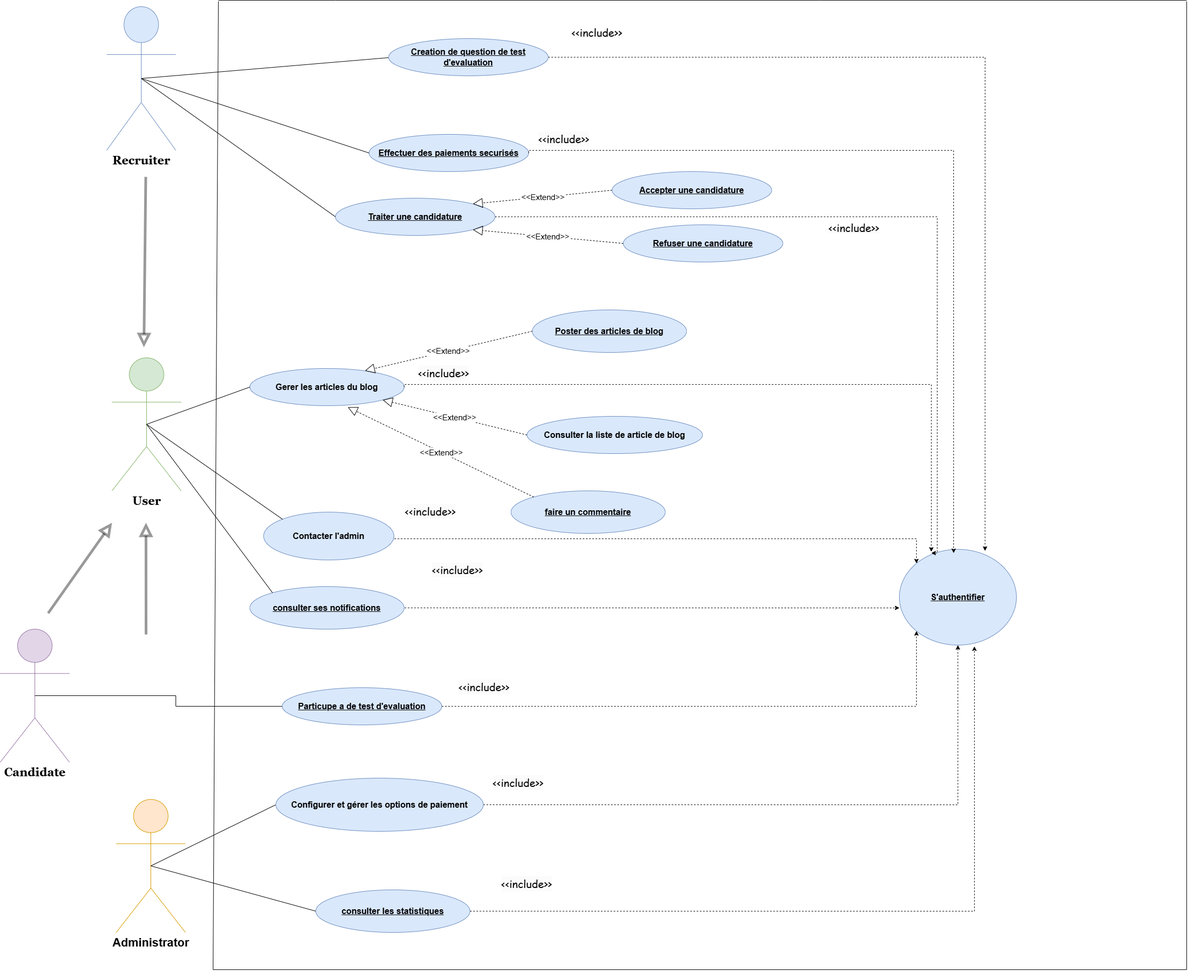
The draw.io diagram Diagramme cas utilisation sprint3.drawio.png in chirine1/-project, before a commit. Source tidied: cells renumbered, new cells last; positions are measured from the earlier drawing's top-left corner, leaving out a move shared by most shapes.
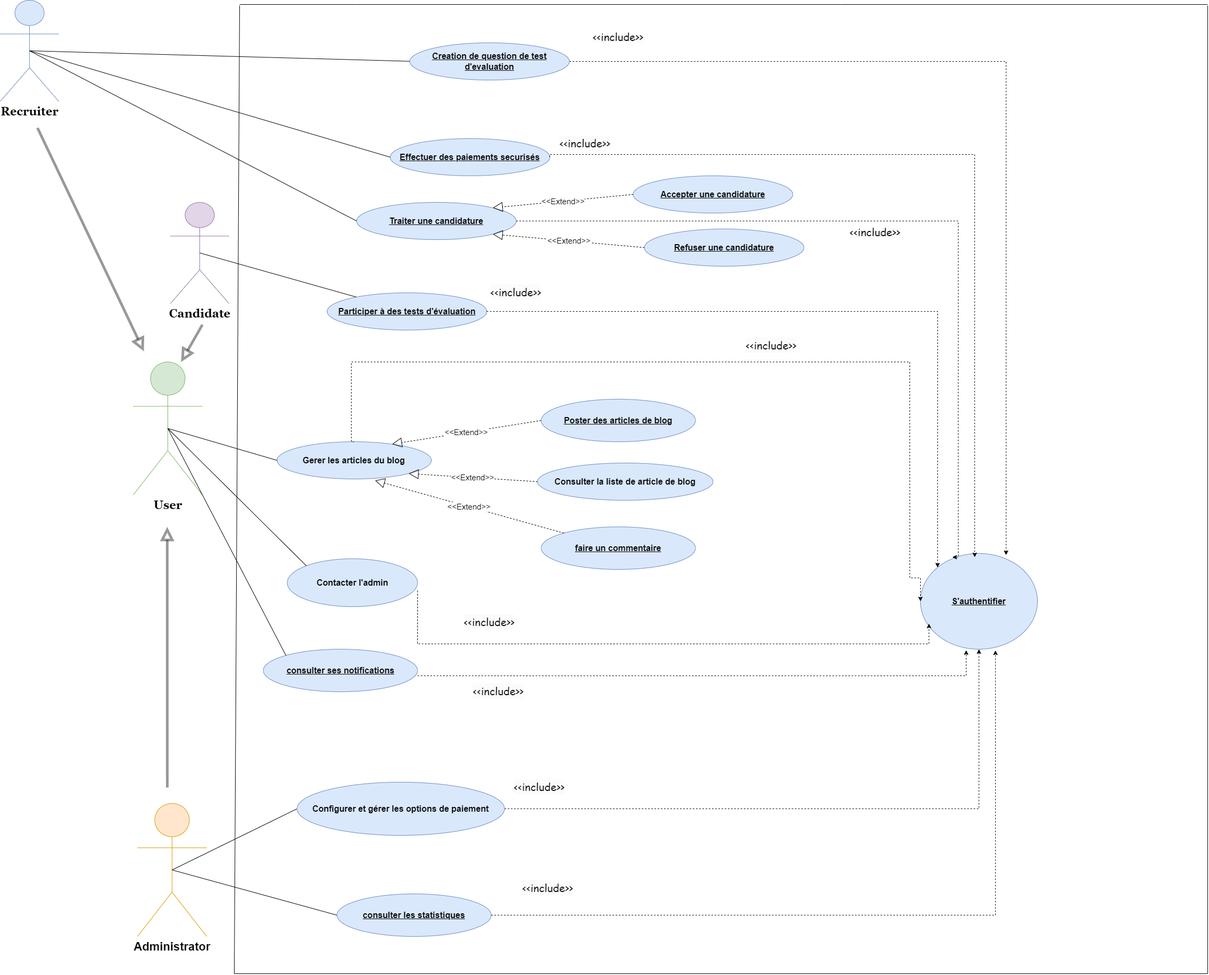
The same file after the commit.

Commit message:
Mettre à jour Diagramme cas utilisation sprint3.drawio.png

Change to the diagram source:
```diff
@@ -22,10 +22,10 @@
       <mxGeometry x="210" y="672" width="130" height="250" as="geometry" />
     </mxCell>
     <mxCell id="5" value="&lt;b style=&quot;font-family: Georgia; font-size: 22px;&quot;&gt;Recruiter&lt;/b&gt;" style="shape=umlActor;verticalLabelPosition=bottom;verticalAlign=top;html=1;outlineConnect=0;fillColor=#dae8fc;strokeColor=#6c8ebf;" parent="1" vertex="1">
-      <mxGeometry x="200" y="12" width="130" height="270" as="geometry" />
+      <mxGeometry x="-40" y="-8" width="110" height="190" as="geometry" />
     </mxCell>
     <mxCell id="6" value="&lt;span style=&quot;font-size: 16px;&quot;&gt;&lt;b&gt;Gerer les articles du blog&lt;/b&gt;&lt;/span&gt;" style="ellipse;whiteSpace=wrap;html=1;align=center;fillColor=#dae8fc;strokeColor=#6c8ebf;" parent="1" vertex="1">
-      <mxGeometry x="469.1" y="692" width="290" height="70" as="geometry" />
+      <mxGeometry x="480.4" y="822" width="290" height="70" as="geometry" />
     </mxCell>
     <mxCell id="7" value="&lt;b&gt;&lt;font face=&quot;Helvetica&quot; style=&quot;font-size: 16px;&quot;&gt;S'authentifier&lt;/font&gt;&lt;/b&gt;" style="ellipse;whiteSpace=wrap;html=1;align=center;fontStyle=4;fillColor=#dae8fc;strokeColor=#6c8ebf;" parent="1" vertex="1">
       <mxGeometry x="1690" y="1032" width="220" height="180" as="geometry" />
@@ -45,15 +45,6 @@
     <mxCell id="10" value="&lt;span style=&quot;font-size: 22px;&quot;&gt;&lt;b&gt;Administrator&lt;/b&gt;&lt;/span&gt;" style="shape=umlActor;verticalLabelPosition=bottom;verticalAlign=top;html=1;outlineConnect=0;fillColor=#ffe6cc;strokeColor=#d79b00;" parent="1" vertex="1">
       <mxGeometry x="218" y="1502" width="130" height="250" as="geometry" />
     </mxCell>
-    <mxCell id="11" style="edgeStyle=orthogonalEdgeStyle;rounded=0;jettySize=auto;html=1;exitX=1;exitY=0.5;exitDx=0;exitDy=0;entryX=0.264;entryY=0.025;entryDx=0;entryDy=0;dashed=1;entryPerimeter=0;" parent="1" edge="1" source="6" target="7">
-      <mxGeometry relative="1" as="geometry">
-        <Array as="points">
-          <mxPoint x="759" y="722" />
-          <mxPoint x="1750" y="722" />
-          <mxPoint x="1750" y="1037" />
-        </Array>
-      </mxGeometry>
-    </mxCell>
     <mxCell id="12" style="edgeStyle=orthogonalEdgeStyle;rounded=0;orthogonalLoop=1;jettySize=auto;html=1;exitX=0.5;exitY=1;exitDx=0;exitDy=0;" parent="1" edge="1">
       <mxGeometry relative="1" as="geometry">
         <mxPoint x="878" y="1252" as="sourcePoint" />
@@ -61,32 +52,24 @@
       </mxGeometry>
     </mxCell>
     <mxCell id="13" value="&lt;font face=&quot;Georgia&quot;&gt;&lt;span style=&quot;font-size: 22px;&quot;&gt;&lt;b&gt;Candidate&lt;/b&gt;&lt;/span&gt;&lt;/font&gt;" style="shape=umlActor;verticalLabelPosition=bottom;verticalAlign=top;html=1;outlineConnect=0;fillColor=#e1d5e7;strokeColor=#9673a6;" parent="1" vertex="1">
-      <mxGeometry y="1182" width="130" height="250" as="geometry" />
+      <mxGeometry x="280" y="372" width="110" height="190" as="geometry" />
     </mxCell>
     <mxCell id="14" value="&lt;span style=&quot;color: rgb(0, 0, 0); font-family: &amp;quot;Comic Sans MS&amp;quot;; font-size: 20px; font-style: normal; font-variant-ligatures: normal; font-variant-caps: normal; font-weight: 400; letter-spacing: normal; orphans: 2; text-align: center; text-indent: 0px; text-transform: none; widows: 2; word-spacing: 0px; -webkit-text-stroke-width: 0px; background-color: rgb(251, 251, 251); text-decoration-thickness: initial; text-decoration-style: initial; text-decoration-color: initial; float: none; display: inline !important;&quot;&gt;&amp;lt;&amp;lt;include&amp;gt;&amp;gt;&lt;/span&gt;" style="text;whiteSpace=wrap;html=1;" parent="1" vertex="1">
-      <mxGeometry x="784.1" y="682" width="130" height="50" as="geometry" />
+      <mxGeometry x="880" y="522" width="130" height="50" as="geometry" />
     </mxCell>
     <mxCell id="15" value="&lt;b style=&quot;font-size: 16px;&quot;&gt;Effectuer des paiements securisés&lt;/b&gt;" style="ellipse;whiteSpace=wrap;html=1;align=center;fontStyle=4;fillColor=#dae8fc;strokeColor=#6c8ebf;" parent="1" vertex="1">
       <mxGeometry x="693.1" y="252" width="300" height="70" as="geometry" />
     </mxCell>
-    <mxCell id="16" style="edgeStyle=orthogonalEdgeStyle;rounded=0;jettySize=auto;html=1;exitX=1;exitY=0.5;exitDx=0;exitDy=0;entryX=0;entryY=0;entryDx=0;entryDy=0;dashed=1;" parent="1" edge="1" source="17" target="7">
-      <mxGeometry relative="1" as="geometry">
-        <Array as="points">
-          <mxPoint x="740" y="1012" />
-          <mxPoint x="1722" y="1012" />
-        </Array>
-      </mxGeometry>
-    </mxCell>
     <mxCell id="17" value="&lt;div&gt;&lt;span style=&quot;font-size: 16px;&quot;&gt;&lt;b&gt;Contacter l'admin&lt;/b&gt;&lt;/span&gt;&lt;/div&gt;" style="ellipse;whiteSpace=wrap;html=1;fillColor=#dae8fc;strokeColor=#6c8ebf;" parent="1" vertex="1">
-      <mxGeometry x="495" y="962" width="245" height="90" as="geometry" />
+      <mxGeometry x="499.6" y="1042" width="245" height="90" as="geometry" />
     </mxCell>
     <mxCell id="18" value="&lt;span style=&quot;font-size: 16px;&quot;&gt;&lt;b&gt;Consulter la liste de article de blog&lt;/b&gt;&lt;/span&gt;" style="ellipse;whiteSpace=wrap;html=1;fillColor=#dae8fc;strokeColor=#6c8ebf;" parent="1" vertex="1">
-      <mxGeometry x="990" y="782" width="330" height="70" as="geometry" />
+      <mxGeometry x="970" y="862" width="330" height="70" as="geometry" />
     </mxCell>
     <mxCell id="19" style="edgeStyle=orthogonalEdgeStyle;rounded=0;orthogonalLoop=1;jettySize=auto;html=1;exitX=0.5;exitY=1;exitDx=0;exitDy=0;" parent="1" edge="1">
       <mxGeometry relative="1" as="geometry">
-        <mxPoint x="934.1" y="1052" as="sourcePoint" />
-        <mxPoint x="934.1" y="1052" as="targetPoint" />
+        <mxPoint x="919.6" y="1282" as="sourcePoint" />
+        <mxPoint x="919.6" y="1282" as="targetPoint" />
       </mxGeometry>
     </mxCell>
     <mxCell id="20" style="endArrow=none;html=1;rounded=0;exitX=0.5;exitY=0.5;exitDx=0;exitDy=0;exitPerimeter=0;entryX=0;entryY=0.5;entryDx=0;entryDy=0;" parent="1" edge="1" source="5">
@@ -102,13 +85,13 @@
     </mxCell>
     <mxCell id="23" style="endArrow=block;html=1;rounded=0;endFill=0;strokeWidth=5;opacity=40;sourcePerimeterSpacing=0;targetPerimeterSpacing=0;jumpSize=6;strokeColor=default;curved=0;endSize=14;startSize=14;" parent="1" edge="1">
       <mxGeometry relative="1" as="geometry">
-        <mxPoint x="273.5" y="332" as="sourcePoint" />
-        <mxPoint x="270" y="652" as="targetPoint" />
+        <mxPoint x="30" y="232" as="sourcePoint" />
+        <mxPoint x="230" y="652" as="targetPoint" />
       </mxGeometry>
     </mxCell>
     <mxCell id="24" style="endArrow=block;html=1;rounded=0;endFill=0;strokeWidth=5;opacity=40;sourcePerimeterSpacing=0;targetPerimeterSpacing=0;jumpSize=6;strokeColor=default;curved=0;endSize=14;startSize=14;" parent="1" edge="1">
       <mxGeometry relative="1" as="geometry">
-        <mxPoint x="274" y="1192" as="sourcePoint" />
+        <mxPoint x="274" y="1472" as="sourcePoint" />
         <mxPoint x="273.9" y="982" as="targetPoint" />
       </mxGeometry>
     </mxCell>
@@ -119,7 +102,7 @@
       <mxGeometry x="1010" y="242" width="130" height="50" as="geometry" />
     </mxCell>
     <mxCell id="27" value="&lt;b style=&quot;font-size: 16px;&quot;&gt;Poster des articles de blog&lt;/b&gt;" style="ellipse;whiteSpace=wrap;html=1;align=center;fontStyle=4;fillColor=#dae8fc;strokeColor=#6c8ebf;" parent="1" vertex="1">
-      <mxGeometry x="1000" y="582" width="290" height="80" as="geometry" />
+      <mxGeometry x="977" y="742" width="290" height="80" as="geometry" />
     </mxCell>
     <mxCell id="28" value="&lt;font style=&quot;font-size: 15px;&quot;&gt;&amp;lt;&amp;lt;Extend&amp;gt;&amp;gt;&lt;/font&gt;" style="endArrow=block;endSize=16;endFill=0;html=1;rounded=0;entryX=0.746;entryY=0.062;entryDx=0;entryDy=0;exitX=0;exitY=0.5;exitDx=0;exitDy=0;entryPerimeter=0;dashed=1;" parent="1" edge="1" source="27" target="6">
       <mxGeometry relative="1" as="geometry" />
@@ -142,7 +125,7 @@
       <mxGeometry x="518" y="1462" width="390" height="100" as="geometry" />
     </mxCell>
     <mxCell id="33" value="&lt;span style=&quot;color: rgb(0, 0, 0); font-family: &amp;quot;Comic Sans MS&amp;quot;; font-size: 20px; font-style: normal; font-variant-ligatures: normal; font-variant-caps: normal; font-weight: 400; letter-spacing: normal; orphans: 2; text-align: center; text-indent: 0px; text-transform: none; widows: 2; word-spacing: 0px; -webkit-text-stroke-width: 0px; background-color: rgb(251, 251, 251); text-decoration-thickness: initial; text-decoration-style: initial; text-decoration-color: initial; float: none; display: inline !important;&quot;&gt;&amp;lt;&amp;lt;include&amp;gt;&amp;gt;&lt;/span&gt;" style="text;whiteSpace=wrap;html=1;" parent="1" vertex="1">
-      <mxGeometry x="759.1" y="942" width="130" height="50" as="geometry" />
+      <mxGeometry x="830" y="1142" width="130" height="50" as="geometry" />
     </mxCell>
     <mxCell id="34" value="&lt;span style=&quot;color: rgb(0, 0, 0); font-family: &amp;quot;Comic Sans MS&amp;quot;; font-size: 20px; font-style: normal; font-variant-ligatures: normal; font-variant-caps: normal; font-weight: 400; letter-spacing: normal; orphans: 2; text-align: center; text-indent: 0px; text-transform: none; widows: 2; word-spacing: 0px; -webkit-text-stroke-width: 0px; background-color: rgb(251, 251, 251); text-decoration-thickness: initial; text-decoration-style: initial; text-decoration-color: initial; float: none; display: inline !important;&quot;&gt;&amp;lt;&amp;lt;include&amp;gt;&amp;gt;&lt;/span&gt;" style="text;whiteSpace=wrap;html=1;" parent="1" vertex="1">
       <mxGeometry x="923.9" y="1452" width="130" height="50" as="geometry" />
@@ -168,20 +151,14 @@
     <mxCell id="41" value="&lt;font style=&quot;font-size: 15px;&quot;&gt;&amp;lt;&amp;lt;Extend&amp;gt;&amp;gt;&lt;/font&gt;" style="endArrow=block;endSize=16;endFill=0;html=1;rounded=0;entryX=1;entryY=1;entryDx=0;entryDy=0;exitX=0;exitY=0.5;exitDx=0;exitDy=0;dashed=1;" parent="1" edge="1" source="39" target="38">
       <mxGeometry relative="1" as="geometry" />
     </mxCell>
-    <mxCell id="42" style="endArrow=block;html=1;rounded=0;endFill=0;strokeWidth=5;opacity=40;sourcePerimeterSpacing=0;targetPerimeterSpacing=0;jumpSize=6;strokeColor=default;curved=0;endSize=14;startSize=14;" parent="1" edge="1">
-      <mxGeometry relative="1" as="geometry">
-        <mxPoint x="90" y="1152" as="sourcePoint" />
-        <mxPoint x="210" y="982" as="targetPoint" />
-      </mxGeometry>
-    </mxCell>
     <mxCell id="43" value="&lt;b style=&quot;font-size: 16px;&quot;&gt;faire un commentaire&lt;/b&gt;" style="ellipse;whiteSpace=wrap;html=1;align=center;fontStyle=4;fillColor=#dae8fc;strokeColor=#6c8ebf;" parent="1" vertex="1">
-      <mxGeometry x="960" y="922" width="290" height="80" as="geometry" />
+      <mxGeometry x="977" y="982" width="290" height="80" as="geometry" />
     </mxCell>
     <mxCell id="44" value="&lt;font style=&quot;font-size: 15px;&quot;&gt;&amp;lt;&amp;lt;Extend&amp;gt;&amp;gt;&lt;/font&gt;" style="endArrow=block;endSize=16;endFill=0;html=1;rounded=0;entryX=0.635;entryY=1.04;entryDx=0;entryDy=0;exitX=0;exitY=0;exitDx=0;exitDy=0;dashed=1;entryPerimeter=0;" parent="1" edge="1" source="43" target="6">
       <mxGeometry relative="1" as="geometry" />
     </mxCell>
     <mxCell id="45" value="&lt;b style=&quot;font-size: 16px;&quot;&gt;consulter ses notifications&lt;/b&gt;" style="ellipse;whiteSpace=wrap;html=1;align=center;fontStyle=4;fillColor=#dae8fc;strokeColor=#6c8ebf;" parent="1" vertex="1">
-      <mxGeometry x="469.1" y="1102" width="290" height="80" as="geometry" />
+      <mxGeometry x="454.6" y="1212" width="290" height="80" as="geometry" />
     </mxCell>
     <mxCell id="46" style="endArrow=none;html=1;rounded=0;entryX=0;entryY=0;entryDx=0;entryDy=0;exitX=0.5;exitY=0.5;exitDx=0;exitDy=0;exitPerimeter=0;" parent="1" edge="1" source="4" target="45">
       <mxGeometry relative="1" as="geometry" />
@@ -189,17 +166,8 @@
     <mxCell id="47" style="endArrow=none;html=1;rounded=0;entryX=0;entryY=0;entryDx=0;entryDy=0;exitX=0.5;exitY=0.5;exitDx=0;exitDy=0;exitPerimeter=0;" parent="1" edge="1" source="4" target="17">
       <mxGeometry relative="1" as="geometry" />
     </mxCell>
-    <mxCell id="48" style="edgeStyle=orthogonalEdgeStyle;rounded=0;orthogonalLoop=1;jettySize=auto;html=1;dashed=1;" parent="1" edge="1">
-      <mxGeometry relative="1" as="geometry">
-        <mxPoint x="760" y="1142" as="sourcePoint" />
-        <mxPoint x="1690" y="1142" as="targetPoint" />
-        <Array as="points">
-          <mxPoint x="1690" y="1142" />
-        </Array>
-      </mxGeometry>
-    </mxCell>
     <mxCell id="49" value="&lt;span style=&quot;color: rgb(0, 0, 0); font-family: &amp;quot;Comic Sans MS&amp;quot;; font-size: 20px; font-style: normal; font-variant-ligatures: normal; font-variant-caps: normal; font-weight: 400; letter-spacing: normal; orphans: 2; text-align: center; text-indent: 0px; text-transform: none; widows: 2; word-spacing: 0px; -webkit-text-stroke-width: 0px; background-color: rgb(251, 251, 251); text-decoration-thickness: initial; text-decoration-style: initial; text-decoration-color: initial; float: none; display: inline !important;&quot;&gt;&amp;lt;&amp;lt;include&amp;gt;&amp;gt;&lt;/span&gt;" style="text;whiteSpace=wrap;html=1;" parent="1" vertex="1">
-      <mxGeometry x="810" y="1052" width="130" height="50" as="geometry" />
+      <mxGeometry x="847" y="1272" width="130" height="50" as="geometry" />
     </mxCell>
     <mxCell id="50" value="&lt;b style=&quot;font-size: 16px;&quot;&gt;consulter les statistiques&lt;/b&gt;" style="ellipse;whiteSpace=wrap;html=1;align=center;fontStyle=4;fillColor=#dae8fc;strokeColor=#6c8ebf;" parent="1" vertex="1">
       <mxGeometry x="593" y="1672" width="290" height="80" as="geometry" />
@@ -237,21 +205,58 @@
     <mxCell id="57" value="&lt;span style=&quot;color: rgb(0, 0, 0); font-style: normal; font-variant-ligatures: normal; font-variant-caps: normal; font-weight: 400; letter-spacing: normal; orphans: 2; text-indent: 0px; text-transform: none; widows: 2; word-spacing: 0px; -webkit-text-stroke-width: 0px; background-color: rgb(251, 251, 251); text-decoration-thickness: initial; text-decoration-style: initial; text-decoration-color: initial; float: none; display: inline !important;&quot;&gt;&lt;font style=&quot;font-size: 20px;&quot; face=&quot;Comic Sans MS&quot;&gt;&amp;lt;&amp;lt;include&amp;gt;&amp;gt;&lt;/font&gt;&lt;/span&gt;" style="text;whiteSpace=wrap;html=1;align=center;" parent="1" vertex="1">
       <mxGeometry x="1540" y="409" width="130" height="40" as="geometry" />
     </mxCell>
-    <mxCell id="58" value="&lt;b style=&quot;font-size: 16px;&quot;&gt;Particupe a de test d'evaluation&lt;/b&gt;" style="ellipse;whiteSpace=wrap;html=1;align=center;fontStyle=4;fillColor=#dae8fc;strokeColor=#6c8ebf;" parent="1" vertex="1">
-      <mxGeometry x="530" y="1292" width="300" height="70" as="geometry" />
+    <mxCell id="58" value="&lt;b style=&quot;font-size: 16px;&quot;&gt;Participer à des tests d'évaluation&lt;/b&gt;" style="ellipse;whiteSpace=wrap;html=1;align=center;fontStyle=4;fillColor=#dae8fc;strokeColor=#6c8ebf;" parent="1" vertex="1">
+      <mxGeometry x="574.6" y="542" width="300" height="70" as="geometry" />
     </mxCell>
-    <mxCell id="59" style="edgeStyle=orthogonalEdgeStyle;rounded=0;jettySize=auto;html=1;entryX=0.5;entryY=0.5;entryDx=0;entryDy=0;entryPerimeter=0;endArrow=none;endFill=0;" parent="1" edge="1" source="58" target="13">
-      <mxGeometry relative="1" as="geometry" />
-    </mxCell>
-    <mxCell id="60" style="edgeStyle=orthogonalEdgeStyle;rounded=0;jettySize=auto;html=1;dashed=1;exitX=1;exitY=0.5;exitDx=0;exitDy=0;entryX=0;entryY=1;entryDx=0;entryDy=0;" parent="1" edge="1" source="58" target="7">
+    <mxCell id="60" style="edgeStyle=orthogonalEdgeStyle;rounded=0;jettySize=auto;html=1;dashed=1;exitX=1;exitY=0.5;exitDx=0;exitDy=0;entryX=0;entryY=0;entryDx=0;entryDy=0;" parent="1" edge="1" source="58" target="7">
       <mxGeometry relative="1" as="geometry">
         <Array as="points">
-          <mxPoint x="1722" y="1327" />
+          <mxPoint x="1722" y="577" />
         </Array>
       </mxGeometry>
     </mxCell>
     <mxCell id="61" value="&lt;span style=&quot;color: rgb(0, 0, 0); font-family: &amp;quot;Comic Sans MS&amp;quot;; font-size: 20px; font-style: normal; font-variant-ligatures: normal; font-variant-caps: normal; font-weight: 400; letter-spacing: normal; orphans: 2; text-align: center; text-indent: 0px; text-transform: none; widows: 2; word-spacing: 0px; -webkit-text-stroke-width: 0px; background-color: rgb(251, 251, 251); text-decoration-thickness: initial; text-decoration-style: initial; text-decoration-color: initial; float: none; display: inline !important;&quot;&gt;&amp;lt;&amp;lt;include&amp;gt;&amp;gt;&lt;/span&gt;" style="text;whiteSpace=wrap;html=1;" parent="1" vertex="1">
-      <mxGeometry x="860" y="1272" width="130" height="50" as="geometry" />
+      <mxGeometry x="1360" y="622" width="130" height="50" as="geometry" />
     </mxCell>
+    <mxCell id="62" style="endArrow=block;html=1;rounded=0;endFill=0;strokeWidth=5;opacity=40;sourcePerimeterSpacing=0;targetPerimeterSpacing=0;jumpSize=6;strokeColor=default;curved=0;endSize=14;startSize=14;entryX=0.692;entryY=0;entryDx=0;entryDy=0;entryPerimeter=0;" parent="1" edge="1" target="4">
+      <mxGeometry relative="1" as="geometry">
+        <mxPoint x="340" y="602" as="sourcePoint" />
+      </mxGeometry>
+    </mxCell>
+    <mxCell id="63" style="endArrow=none;html=1;rounded=0;exitX=0.5;exitY=0.5;exitDx=0;exitDy=0;exitPerimeter=0;" parent="1" edge="1" source="13" target="58">
+      <mxGeometry relative="1" as="geometry" />
+    </mxCell>
+    <mxCell id="11" style="edgeStyle=orthogonalEdgeStyle;rounded=0;jettySize=auto;html=1;dashed=1;entryX=0;entryY=0.5;entryDx=0;entryDy=0;exitX=0.5;exitY=0;exitDx=0;exitDy=0;" parent="1" edge="1" source="6" target="7">
+      <mxGeometry relative="1" as="geometry">
+        <Array as="points">
+          <mxPoint x="620" y="822" />
+          <mxPoint x="620" y="672" />
+          <mxPoint x="1670" y="672" />
+          <mxPoint x="1670" y="1078" />
+          <mxPoint x="1690" y="1078" />
+        </Array>
+      </mxGeometry>
+    </mxCell>
+    <mxCell id="64" style="edgeStyle=orthogonalEdgeStyle;rounded=0;jettySize=auto;html=1;dashed=1;exitX=1;exitY=0.5;exitDx=0;exitDy=0;entryX=0.064;entryY=0.733;entryDx=0;entryDy=0;entryPerimeter=0;" parent="1" edge="1" target="7">
+      <mxGeometry relative="1" as="geometry">
+        <mxPoint x="744.6" y="1102" as="sourcePoint" />
+        <Array as="points">
+          <mxPoint x="744" y="1202" />
+          <mxPoint x="1706" y="1202" />
+          <mxPoint x="1706" y="1164" />
+        </Array>
+      </mxGeometry>
+    </mxCell>
+    <mxCell id="65" style="edgeStyle=orthogonalEdgeStyle;rounded=0;jettySize=auto;html=1;dashed=1;exitX=1;exitY=0.5;exitDx=0;exitDy=0;entryX=0.391;entryY=1.011;entryDx=0;entryDy=0;entryPerimeter=0;" parent="1" edge="1" target="7">
+      <mxGeometry relative="1" as="geometry">
+        <mxPoint x="744.6" y="1262" as="sourcePoint" />
+        <Array as="points">
+          <mxPoint x="1776" y="1262" />
+        </Array>
+      </mxGeometry>
+    </mxCell>
+    <mxCell id="66" style="edgeStyle=orthogonalEdgeStyle;rounded=0;orthogonalLoop=1;jettySize=auto;html=1;exitX=0.5;exitY=1;exitDx=0;exitDy=0;" parent="1" edge="1" source="49" target="49">
+      <mxGeometry relative="1" as="geometry" />
+    </mxCell>
   </root>
 </mxGraphModel>
```
